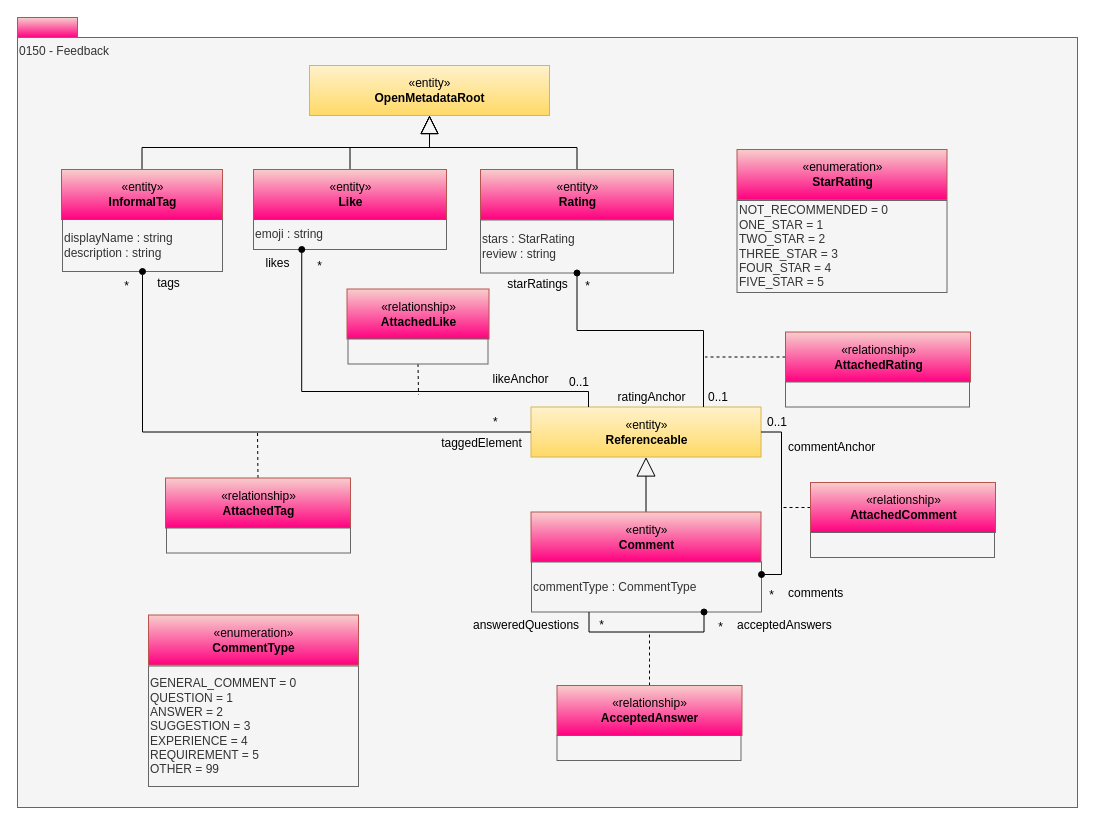
The draw.io diagram page "0150-Feedback" (14 of 16) of site/docs/types/1/area-1-collaboration.drawio in odpi/egeria-docs, before the edit. Source tidied: cells renumbered, new cells numbered last; positions are measured from the earlier drawing's top-left corner, leaving out a move shared by most shapes. Both pictures are drawn from the tidied source at 100%, with x=0, y=0 at pixel (17, 17).
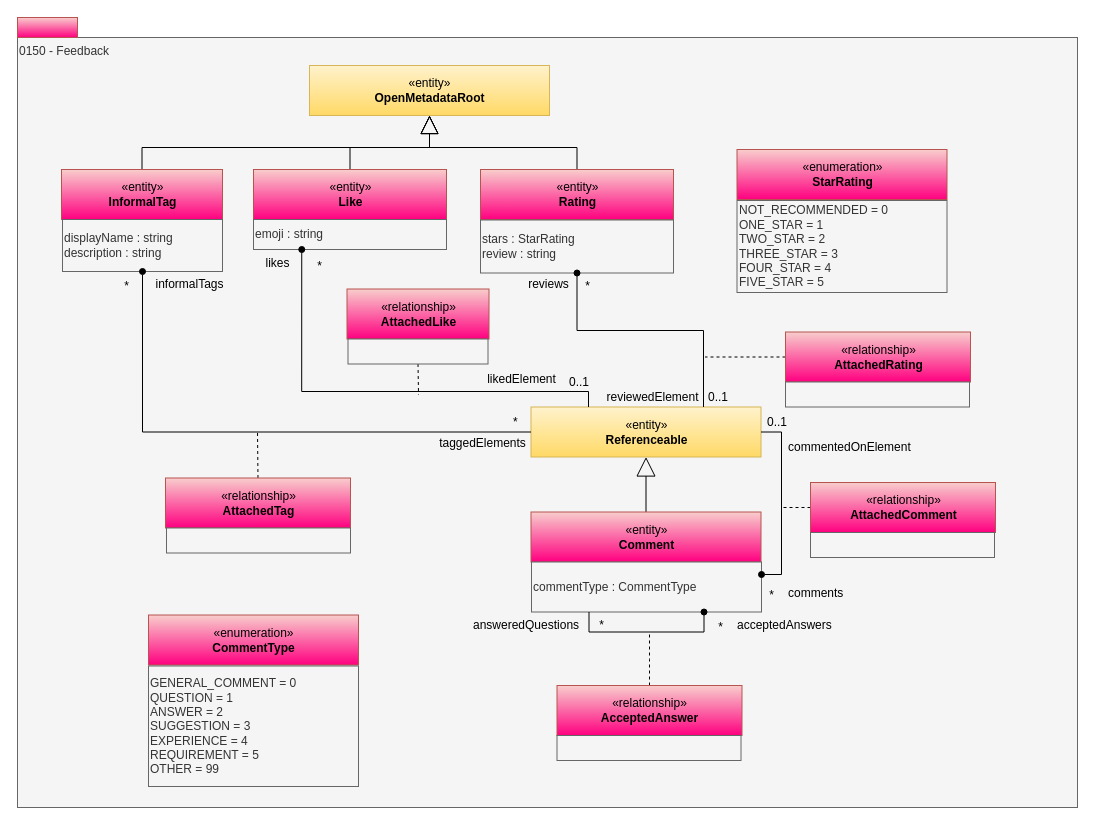
The same page after the edit.

Change to the diagram source:
```diff
@@
-    <mxCell id="16" value="starRatings" style="text;html=1;align=center;verticalAlign=top;spacingTop=-4;" parent="1" vertex="1">
-      <mxGeometry x="479.5" y="257" width="80" height="20" as="geometry" />
+    <mxCell id="16" value="reviews" style="text;html=1;align=center;verticalAlign=top;spacingTop=-4;" parent="1" vertex="1">
+      <mxGeometry x="501" y="257" width="59" height="20" as="geometry" />
     </mxCell>
@@
-    <mxCell id="23" value="commentAnchor" style="text;html=1;align=left;verticalAlign=top;spacingTop=-4;" parent="1" vertex="1">
-      <mxGeometry x="769" y="419.5" width="100" height="20" as="geometry" />
+    <mxCell id="23" value="commentedOnElement" style="text;html=1;align=left;verticalAlign=top;spacingTop=-4;" parent="1" vertex="1">
+      <mxGeometry x="769" y="419.5" width="141" height="20" as="geometry" />
     </mxCell>
@@
-    <mxCell id="36" value="ratingAnchor" style="text;html=1;align=center;verticalAlign=top;spacingTop=-4;" parent="1" vertex="1">
-      <mxGeometry x="594" y="369.5" width="80" height="20" as="geometry" />
+    <mxCell id="36" value="reviewedElement" style="text;html=1;align=center;verticalAlign=top;spacingTop=-4;" parent="1" vertex="1">
+      <mxGeometry x="580" y="369.5" width="110" height="20" as="geometry" />
     </mxCell>
-    <mxCell id="37" value="likeAnchor" style="text;html=1;align=center;verticalAlign=top;spacingTop=-4;" parent="1" vertex="1">
-      <mxGeometry x="468" y="352" width="70" height="20" as="geometry" />
+    <mxCell id="37" value="likedElement" style="text;html=1;align=center;verticalAlign=top;spacingTop=-4;" parent="1" vertex="1">
+      <mxGeometry x="460" y="352" width="87" height="20" as="geometry" />
     </mxCell>
@@
-    <mxCell id="39" value="tags" style="text;html=1;align=center;verticalAlign=top;spacingTop=-4;" parent="1" vertex="1">
-      <mxGeometry x="131" y="255.5" width="40" height="20" as="geometry" />
+    <mxCell id="39" value="informalTags" style="text;html=1;align=center;verticalAlign=top;spacingTop=-4;" parent="1" vertex="1">
+      <mxGeometry x="129" y="257" width="86" height="20" as="geometry" />
     </mxCell>
@@
-    <mxCell id="45" value="taggedElement" style="text;html=1;align=center;verticalAlign=top;spacingTop=-4;" parent="1" vertex="1">
-      <mxGeometry x="414" y="416" width="100" height="20" as="geometry" />
+    <mxCell id="45" value="taggedElements" style="text;html=1;align=center;verticalAlign=top;spacingTop=-4;" parent="1" vertex="1">
+      <mxGeometry x="412" y="416" width="105" height="20" as="geometry" />
     </mxCell>
     <mxCell id="46" value="*" style="text;html=1;align=left;verticalAlign=top;spacingTop=-4;" parent="1" vertex="1">
-      <mxGeometry x="473.5" y="394.5" width="20" height="20" as="geometry" />
+      <mxGeometry x="493.5" y="394.5" width="20" height="20" as="geometry" />
     </mxCell>
```
